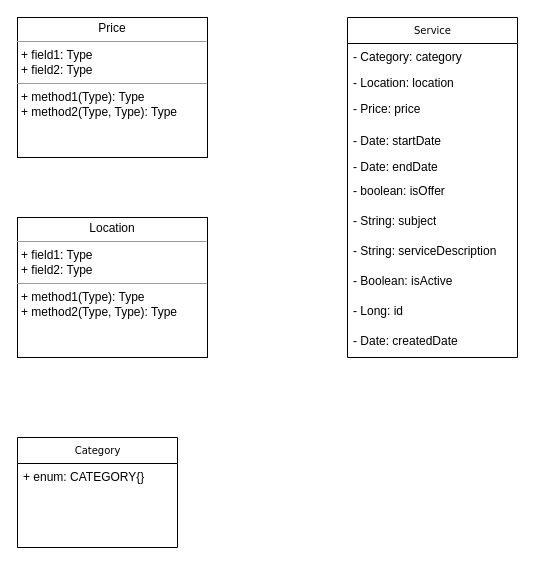
Before: HelppyUML.drawio in StanislavRa/group_A_Helppy, a draw.io diagram. Source tidied: cells renumbered, new cells numbered last; positions are measured from the earlier drawing's top-left corner, leaving out a move shared by most shapes. Both pictures are drawn from the tidied source at 100%, with x=0, y=0 at pixel (17, 17).
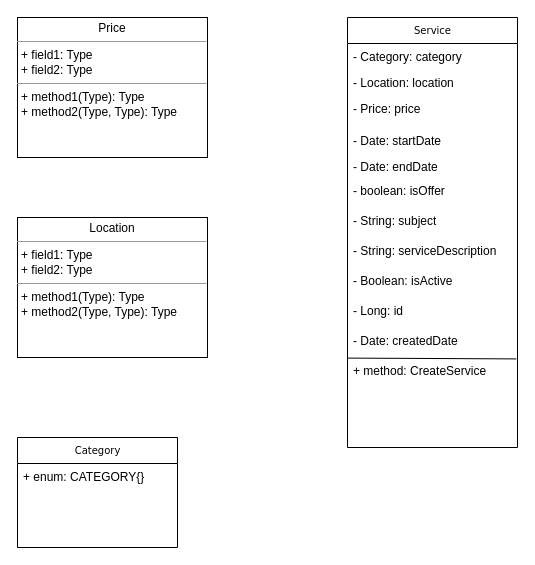
The same page after the edit.

Change to the diagram source:
```diff
@@
 <mxGraphModel background="#ffffff">
   <root>
     <mxCell id="0" />
     <mxCell id="1" parent="0" />
     <mxCell id="2" value="Category" style="swimlane;html=1;fontStyle=0;horizontal=1;startSize=26;fillColor=none;swimlaneFillColor=#ffffff;rounded=0;shadow=0;comic=0;labelBackgroundColor=none;strokeWidth=1;fontFamily=Verdana;fontSize=10;align=center;" parent="1" vertex="1">
       <mxGeometry y="420" width="160" height="110" as="geometry" />
     </mxCell>
     <mxCell id="3" value="+ enum: CATEGORY{}" style="text;html=1;strokeColor=none;fillColor=none;align=left;verticalAlign=top;spacingLeft=4;spacingRight=4;whiteSpace=wrap;overflow=hidden;" parent="2" vertex="1">
       <mxGeometry y="26" width="160" height="26" as="geometry" />
     </mxCell>
     <mxCell id="4" value="Service" style="swimlane;html=1;fontStyle=0;horizontal=1;startSize=26;fillColor=none;swimlaneFillColor=#ffffff;rounded=0;shadow=0;comic=0;labelBackgroundColor=none;strokeWidth=1;fontFamily=Verdana;fontSize=10;align=center;" parent="1" vertex="1">
-      <mxGeometry x="330" width="170" height="340" as="geometry" />
+      <mxGeometry x="330" width="170" height="430" as="geometry" />
     </mxCell>
     <mxCell id="5" value="- Category: category" style="text;html=1;strokeColor=none;fillColor=none;align=left;verticalAlign=top;spacingLeft=4;spacingRight=4;whiteSpace=wrap;overflow=hidden;" parent="4" vertex="1">
       <mxGeometry y="26" width="170" height="26" as="geometry" />
     </mxCell>
     <mxCell id="6" value="- Location: location" style="text;html=1;strokeColor=none;fillColor=none;align=left;verticalAlign=top;spacingLeft=4;spacingRight=4;whiteSpace=wrap;overflow=hidden;" parent="4" vertex="1">
       <mxGeometry y="52" width="170" height="26" as="geometry" />
     </mxCell>
     <mxCell id="7" value="- Price: price" style="text;html=1;strokeColor=none;fillColor=none;align=left;verticalAlign=top;spacingLeft=4;spacingRight=4;whiteSpace=wrap;overflow=hidden;" parent="4" vertex="1">
       <mxGeometry y="78" width="170" height="32" as="geometry" />
     </mxCell>
     <mxCell id="8" value="- Date: startDate" style="text;html=1;strokeColor=none;fillColor=none;align=left;verticalAlign=top;spacingLeft=4;spacingRight=4;whiteSpace=wrap;overflow=hidden;" parent="4" vertex="1">
       <mxGeometry y="110" width="170" height="26" as="geometry" />
     </mxCell>
     <mxCell id="9" value="- Date: endDate" style="text;html=1;strokeColor=none;fillColor=none;align=left;verticalAlign=top;spacingLeft=4;spacingRight=4;whiteSpace=wrap;overflow=hidden;" parent="4" vertex="1">
       <mxGeometry y="136" width="170" height="24" as="geometry" />
     </mxCell>
     <mxCell id="10" value="- boolean: isOffer" style="text;html=1;strokeColor=none;fillColor=none;align=left;verticalAlign=top;spacingLeft=4;spacingRight=4;whiteSpace=wrap;overflow=hidden;" parent="4" vertex="1">
       <mxGeometry y="160" width="170" height="30" as="geometry" />
     </mxCell>
     <mxCell id="11" value="- String: subject" style="text;html=1;strokeColor=none;fillColor=none;align=left;verticalAlign=top;spacingLeft=4;spacingRight=4;whiteSpace=wrap;overflow=hidden;" parent="4" vertex="1">
       <mxGeometry y="190" width="170" height="30" as="geometry" />
     </mxCell>
     <mxCell id="12" value="- String: serviceDescription" style="text;html=1;strokeColor=none;fillColor=none;align=left;verticalAlign=top;spacingLeft=4;spacingRight=4;whiteSpace=wrap;overflow=hidden;" parent="4" vertex="1">
       <mxGeometry y="220" width="170" height="30" as="geometry" />
     </mxCell>
     <mxCell id="13" value="- Boolean: isActive" style="text;html=1;strokeColor=none;fillColor=none;align=left;verticalAlign=top;spacingLeft=4;spacingRight=4;whiteSpace=wrap;overflow=hidden;" parent="4" vertex="1">
       <mxGeometry y="250" width="170" height="30" as="geometry" />
     </mxCell>
     <mxCell id="14" value="- Long: id" style="text;html=1;strokeColor=none;fillColor=none;align=left;verticalAlign=top;spacingLeft=4;spacingRight=4;whiteSpace=wrap;overflow=hidden;" parent="4" vertex="1">
       <mxGeometry y="280" width="170" height="30" as="geometry" />
     </mxCell>
     <mxCell id="15" value="- Date: createdDate" style="text;html=1;strokeColor=none;fillColor=none;align=left;verticalAlign=top;spacingLeft=4;spacingRight=4;whiteSpace=wrap;overflow=hidden;points=[[0,0.5],[1,0.5]];portConstraint=eastwest;" parent="4" vertex="1">
       <mxGeometry y="310" width="170" height="30" as="geometry" />
     </mxCell>
+    <mxCell id="18" style="endArrow=none;html=1;exitX=0;exitY=1.02;exitDx=0;exitDy=0;exitPerimeter=0;entryX=0.993;entryY=1.047;entryDx=0;entryDy=0;entryPerimeter=0;" parent="4" edge="1" source="15" target="15">
+      <mxGeometry relative="1" as="geometry" />
+    </mxCell>
+    <mxCell id="19" value="+ method: CreateService" style="text;html=1;strokeColor=none;fillColor=none;align=left;verticalAlign=top;spacingLeft=4;spacingRight=4;whiteSpace=wrap;overflow=hidden;" parent="4" vertex="1">
+      <mxGeometry y="340" width="170" height="30" as="geometry" />
+    </mxCell>
     <mxCell id="16" value="&lt;p style=&quot;margin: 0px ; margin-top: 4px ; text-align: center&quot;&gt;Location&lt;/p&gt;&lt;hr size=&quot;1&quot;&gt;&lt;p style=&quot;margin: 0px ; margin-left: 4px&quot;&gt;+ field1: Type&lt;br&gt;+ field2: Type&lt;/p&gt;&lt;hr size=&quot;1&quot;&gt;&lt;p style=&quot;margin: 0px ; margin-left: 4px&quot;&gt;+ method1(Type): Type&lt;br&gt;+ method2(Type, Type): Type&lt;/p&gt;" style="verticalAlign=top;align=left;overflow=fill;fontSize=12;fontFamily=Helvetica;html=1;rounded=0;shadow=0;comic=0;labelBackgroundColor=none;strokeWidth=1;" parent="1" vertex="1">
       <mxGeometry y="200" width="190" height="140" as="geometry" />
     </mxCell>
     <mxCell id="17" value="&lt;p style=&quot;margin: 0px ; margin-top: 4px ; text-align: center&quot;&gt;Price&lt;/p&gt;&lt;hr size=&quot;1&quot;&gt;&lt;p style=&quot;margin: 0px ; margin-left: 4px&quot;&gt;+ field1: Type&lt;br&gt;+ field2: Type&lt;/p&gt;&lt;hr size=&quot;1&quot;&gt;&lt;p style=&quot;margin: 0px ; margin-left: 4px&quot;&gt;+ method1(Type): Type&lt;br&gt;+ method2(Type, Type): Type&lt;/p&gt;" style="verticalAlign=top;align=left;overflow=fill;fontSize=12;fontFamily=Helvetica;html=1;rounded=0;shadow=0;comic=0;labelBackgroundColor=none;strokeWidth=1;" parent="1" vertex="1">
       <mxGeometry width="190" height="140" as="geometry" />
     </mxCell>
   </root>
 </mxGraphModel>
```
